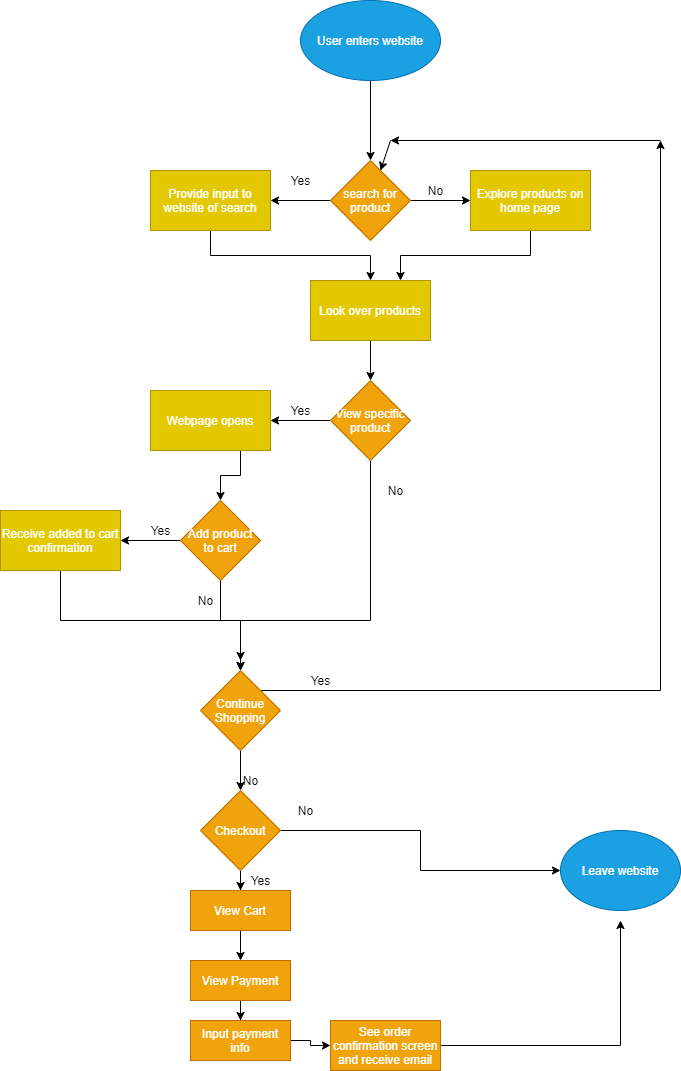
sjmeng/sp21-cse110-lab4 keeps this draw.io diagram as part2/part2.drawio.png. Above is the earlier version. Source tidied: cells renumbered, new cells last; positions are measured from the earlier drawing's top-left corner, leaving out a move shared by most shapes.
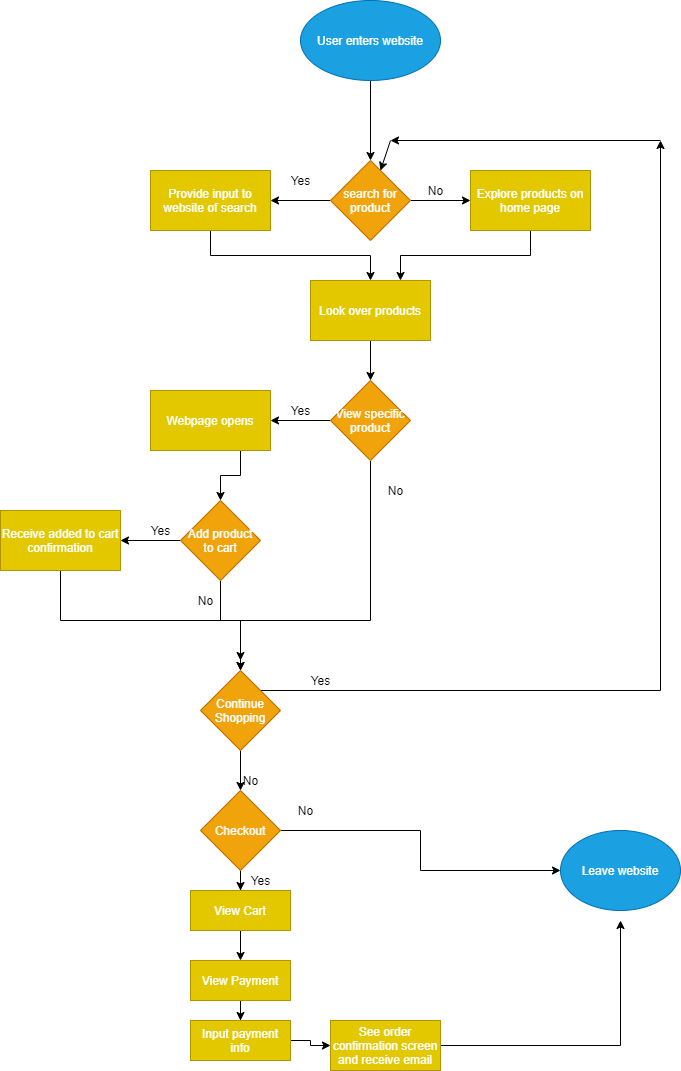
After the commit.

Change to the diagram source:
```diff
@@ -133,13 +133,13 @@
     <mxCell id="40" style="edgeStyle=orthogonalEdgeStyle;rounded=0;jettySize=auto;html=1;" parent="1" edge="1" source="41" target="43">
       <mxGeometry relative="1" as="geometry" />
     </mxCell>
-    <mxCell id="41" value="View Cart" style="whiteSpace=wrap;html=1;fontColor=#ffffff;strokeColor=#BD7000;fillColor=#f0a30a;" parent="1" vertex="1">
+    <mxCell id="41" value="View Cart" style="whiteSpace=wrap;html=1;fontColor=#ffffff;strokeColor=#B09500;fillColor=#e3c800;" parent="1" vertex="1">
       <mxGeometry x="190" y="890" width="100" height="40" as="geometry" />
     </mxCell>
     <mxCell id="42" style="edgeStyle=orthogonalEdgeStyle;rounded=0;jettySize=auto;html=1;" parent="1" edge="1" source="43" target="46">
       <mxGeometry relative="1" as="geometry" />
     </mxCell>
-    <mxCell id="43" value="View Payment" style="whiteSpace=wrap;html=1;fontColor=#ffffff;strokeColor=#BD7000;fillColor=#f0a30a;" parent="1" vertex="1">
+    <mxCell id="43" value="View Payment" style="whiteSpace=wrap;html=1;fontColor=#ffffff;strokeColor=#B09500;fillColor=#e3c800;" parent="1" vertex="1">
       <mxGeometry x="190" y="960" width="100" height="40" as="geometry" />
     </mxCell>
     <mxCell id="44" value="Leave website" style="ellipse;whiteSpace=wrap;html=1;fontColor=#ffffff;strokeColor=#006EAF;fillColor=#1ba1e2;" parent="1" vertex="1">
@@ -148,7 +148,7 @@
     <mxCell id="45" style="edgeStyle=orthogonalEdgeStyle;rounded=0;jettySize=auto;html=1;" parent="1" edge="1" source="46" target="48">
       <mxGeometry relative="1" as="geometry" />
     </mxCell>
-    <mxCell id="46" value="Input payment info" style="whiteSpace=wrap;html=1;fontColor=#ffffff;strokeColor=#BD7000;fillColor=#f0a30a;" parent="1" vertex="1">
+    <mxCell id="46" value="Input payment info" style="whiteSpace=wrap;html=1;fontColor=#ffffff;strokeColor=#B09500;fillColor=#e3c800;" parent="1" vertex="1">
       <mxGeometry x="190" y="1020" width="100" height="40" as="geometry" />
     </mxCell>
     <mxCell id="47" style="edgeStyle=orthogonalEdgeStyle;rounded=0;jettySize=auto;html=1;" parent="1" edge="1" source="48">
@@ -156,7 +156,7 @@
         <mxPoint x="620" y="920" as="targetPoint" />
       </mxGeometry>
     </mxCell>
-    <mxCell id="48" value="See order confirmation screen and receive email" style="whiteSpace=wrap;html=1;fontColor=#ffffff;strokeColor=#BD7000;fillColor=#f0a30a;" parent="1" vertex="1">
+    <mxCell id="48" value="See order confirmation screen and receive email" style="whiteSpace=wrap;html=1;fontColor=#ffffff;strokeColor=#B09500;fillColor=#e3c800;" parent="1" vertex="1">
       <mxGeometry x="330" y="1020" width="110" height="50" as="geometry" />
     </mxCell>
     <mxCell id="49" value="Yes" style="text;html=1;align=center;verticalAlign=middle;" parent="1" vertex="1">
```
